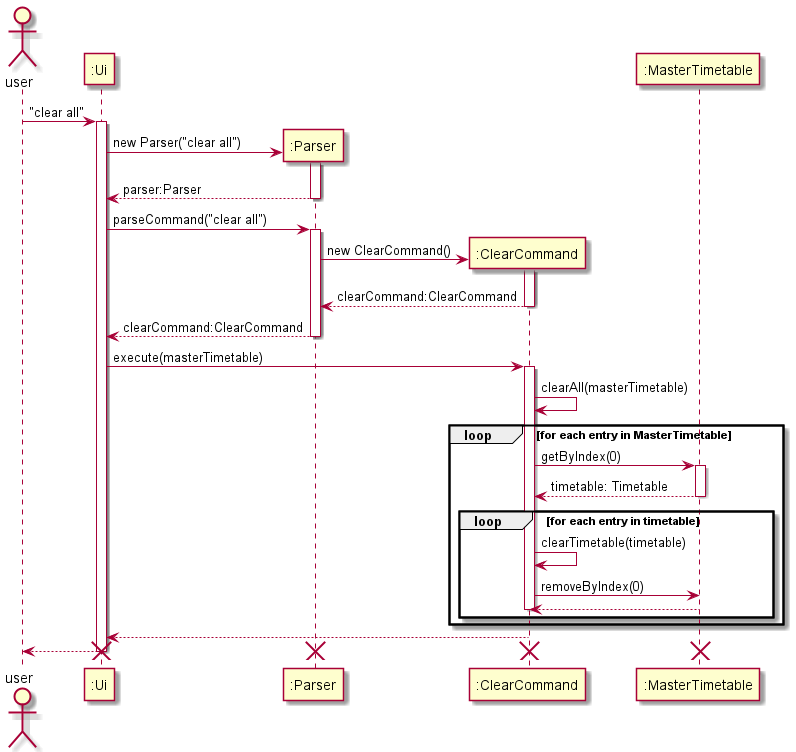
Earlier version of the PlantUML export docs/images/ClearCommandSequenceDiagram.png (nus-cs2113-AY2122S2/tp). Source of this version:
```plantuml
@startuml
actor user

user -> ":Ui" ++ : "clear all"
create ":Parser"
":Ui" -> ":Parser" ++: new Parser("clear all")
":Parser" --> ":Ui" --: parser:Parser
":Ui" -> ":Parser" ++: parseCommand("clear all")
create ":ClearCommand"
":Parser" -> ":ClearCommand" ++: new ClearCommand()
":ClearCommand" --> ":Parser" --: clearCommand:ClearCommand
":Parser" --> ":Ui" --: clearCommand:ClearCommand
":Ui" -> ":ClearCommand" ++: execute(masterTimetable)
":ClearCommand" -> ":ClearCommand": clearAll(masterTimetable)
loop for each entry in MasterTimetable
":ClearCommand" -> ":MasterTimetable" ++: getByIndex(0)
":MasterTimetable" --> ":ClearCommand" -- : timetable: Timetable
loop for each entry in timetable
":ClearCommand" -> ":ClearCommand": clearTimetable(timetable)
":ClearCommand" -> ":MasterTimetable" : removeByIndex(0)
":MasterTimetable" --> ":ClearCommand" :
deactivate ":ClearCommand"
end
end

":ClearCommand" --> ":Ui" --:
":Ui" --> user
destroy ":ClearCommand"
destroy ":Parser"
destroy ":MasterTimetable"
destroy ":Ui"
@enduml
```
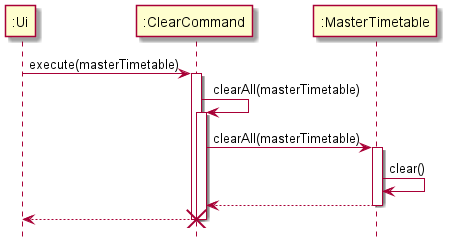
The same diagram one commit later.

Commit message:
Add sq for Clear Command but not updated in DG yet

Change to the diagram source:
```diff
@@ -1,32 +1,13 @@
 @startuml
-actor user
+hide footbox
 
-user -> ":Ui" ++ : "clear all"
-create ":Parser"
-":Ui" -> ":Parser" ++: new Parser("clear all")
-":Parser" --> ":Ui" --: parser:Parser
-":Ui" -> ":Parser" ++: parseCommand("clear all")
-create ":ClearCommand"
-":Parser" -> ":ClearCommand" ++: new ClearCommand()
-":ClearCommand" --> ":Parser" --: clearCommand:ClearCommand
-":Parser" --> ":Ui" --: clearCommand:ClearCommand
+
 ":Ui" -> ":ClearCommand" ++: execute(masterTimetable)
-":ClearCommand" -> ":ClearCommand": clearAll(masterTimetable)
-loop for each entry in MasterTimetable
-":ClearCommand" -> ":MasterTimetable" ++: getByIndex(0)
-":MasterTimetable" --> ":ClearCommand" -- : timetable: Timetable
-loop for each entry in timetable
-":ClearCommand" -> ":ClearCommand": clearTimetable(timetable)
-":ClearCommand" -> ":MasterTimetable" : removeByIndex(0)
-":MasterTimetable" --> ":ClearCommand" :
-deactivate ":ClearCommand"
-end
-end
+":ClearCommand" -> ":ClearCommand" ++: clearAll(masterTimetable)
+":ClearCommand" -> ":MasterTimetable" ++: clearAll(masterTimetable)
+":MasterTimetable" -> ":MasterTimetable" : clear()
+":MasterTimetable" --> ":ClearCommand" --:
+":ClearCommand" --> ":Ui" --:
+destroy ":ClearCommand"
 
-":ClearCommand" --> ":Ui" --:
-":Ui" --> user
-destroy ":ClearCommand"
-destroy ":Parser"
-destroy ":MasterTimetable"
-destroy ":Ui"
 @enduml
```
